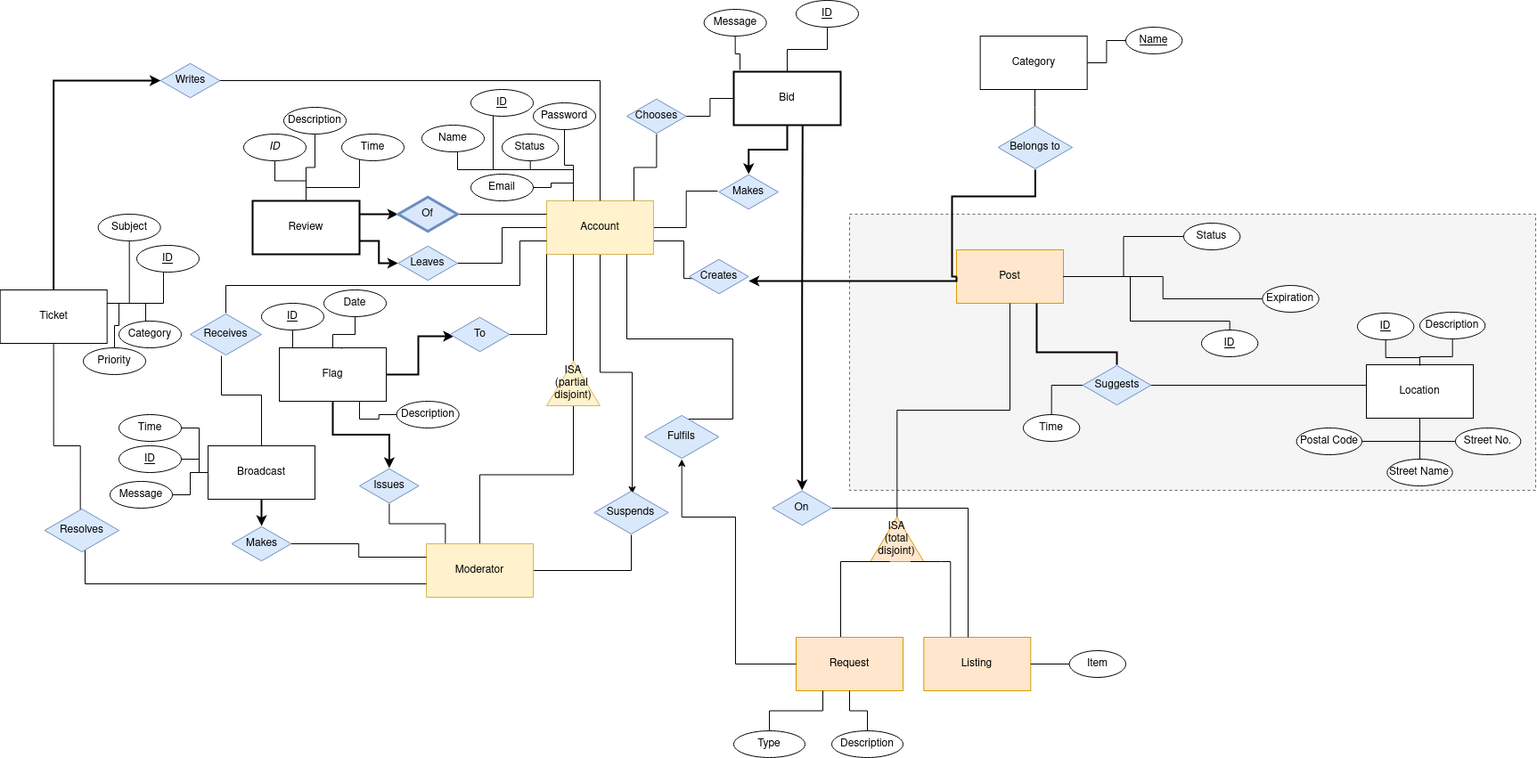
The draw.io diagram UBC Give ER Diagram.drawio.png in aliuwho/cpsc-304-project, before a commit. Source tidied: cells renumbered, new cells last; positions are measured from the earlier drawing's top-left corner, leaving out a move shared by most shapes.
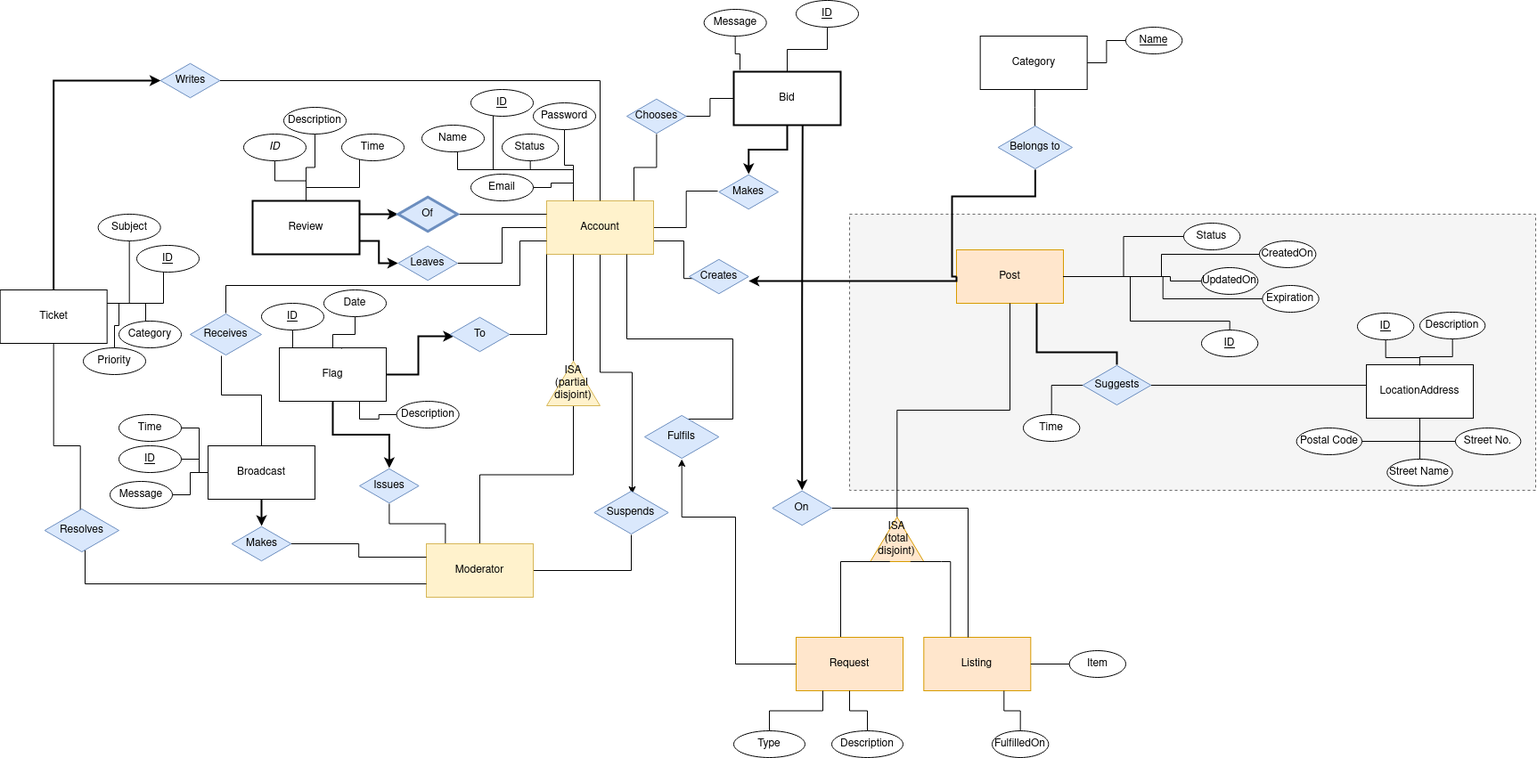
The same file after the commit.

What changed in the source:
```diff
@@ -31,7 +31,7 @@
     <mxCell id="9" value="Post" style="rounded=0;whiteSpace=wrap;html=1;fillColor=#ffe6cc;strokeColor=#d79b00;" parent="1" vertex="1">
       <mxGeometry x="1073" y="280" width="120" height="60" as="geometry" />
     </mxCell>
-    <mxCell id="10" value="Location" style="rounded=0;whiteSpace=wrap;html=1;" parent="1" vertex="1">
+    <mxCell id="10" value="LocationAddress" style="rounded=0;whiteSpace=wrap;html=1;" parent="1" vertex="1">
       <mxGeometry x="1533" y="409" width="120" height="60" as="geometry" />
     </mxCell>
     <mxCell id="11" style="edgeStyle=orthogonalEdgeStyle;rounded=0;jettySize=auto;html=1;entryX=0.496;entryY=0.08;entryDx=0;entryDy=0;entryPerimeter=0;startArrow=none;startFill=0;endArrow=none;endFill=0;strokeWidth=1;" parent="1" edge="1" source="12" target="38">
@@ -538,5 +538,28 @@
     <mxCell id="135" value="&lt;div&gt;Priority&lt;/div&gt;" style="ellipse;whiteSpace=wrap;html=1;rounded=0;" parent="1" vertex="1">
       <mxGeometry x="93" y="390" width="70" height="30" as="geometry" />
     </mxCell>
+    <mxCell id="136" style="edgeStyle=orthogonalEdgeStyle;rounded=0;jettySize=auto;html=1;entryX=0.75;entryY=1;entryDx=0;entryDy=0;endArrow=none;endFill=0;" parent="1" edge="1" source="137" target="46">
+      <mxGeometry relative="1" as="geometry" />
+    </mxCell>
+    <mxCell id="137" value="FulfilledOn" style="ellipse;whiteSpace=wrap;html=1;align=center;" parent="1" vertex="1">
+      <mxGeometry x="1113" y="820" width="63.3" height="30" as="geometry" />
+    </mxCell>
+    <mxCell id="138" style="edgeStyle=orthogonalEdgeStyle;rounded=0;jettySize=auto;html=1;entryX=1;entryY=0.5;entryDx=0;entryDy=0;endArrow=none;endFill=0;" parent="1" edge="1" source="139" target="9">
+      <mxGeometry relative="1" as="geometry" />
+    </mxCell>
+    <mxCell id="139" value="CreatedOn" style="ellipse;whiteSpace=wrap;html=1;align=center;" parent="1" vertex="1">
+      <mxGeometry x="1413" y="269.9" width="63.3" height="30" as="geometry" />
+    </mxCell>
+    <mxCell id="140" style="edgeStyle=orthogonalEdgeStyle;rounded=0;jettySize=auto;html=1;entryX=1;entryY=0.5;entryDx=0;entryDy=0;endArrow=none;endFill=0;" parent="1" edge="1" source="141" target="9">
+      <mxGeometry relative="1" as="geometry">
+        <Array as="points">
+          <mxPoint x="1313" y="315" />
+          <mxPoint x="1313" y="310" />
+        </Array>
+      </mxGeometry>
+    </mxCell>
+    <mxCell id="141" value="&lt;div&gt;UpdatedOn&lt;/div&gt;" style="ellipse;whiteSpace=wrap;html=1;align=center;" parent="1" vertex="1">
+      <mxGeometry x="1348" y="299.9" width="63.3" height="30" as="geometry" />
+    </mxCell>
   </root>
 </mxGraphModel>
```
